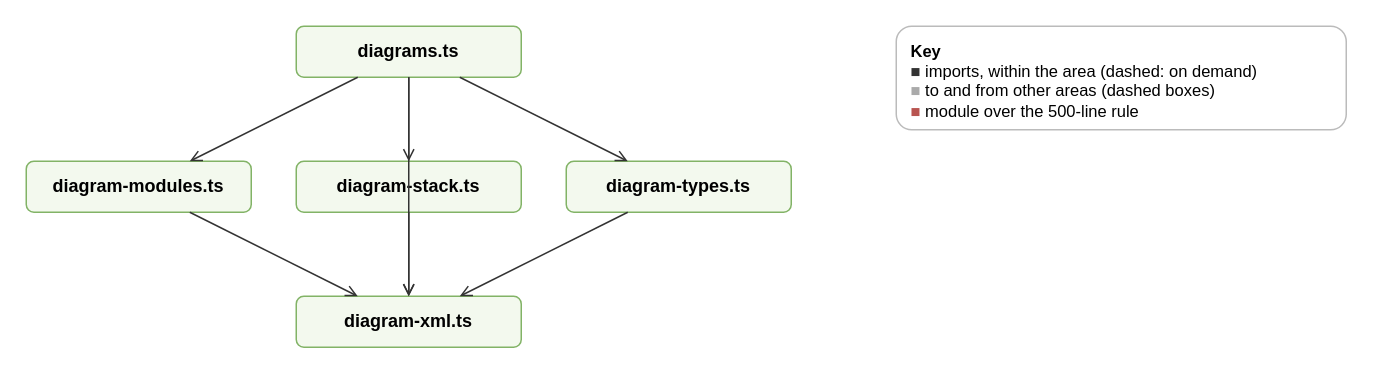
Earlier version of the draw.io diagram page "Server: Diagrams" (3 of 19) of docs/diagrams/modules.drawio (AlexReiner98/archipelago). Source tidied: cells renumbered, new cells numbered last; positions are measured from the earlier drawing's top-left corner, leaving out a move shared by most shapes. Both pictures are drawn from the tidied source at 150%, with x=0, y=0 at pixel (26, 26).
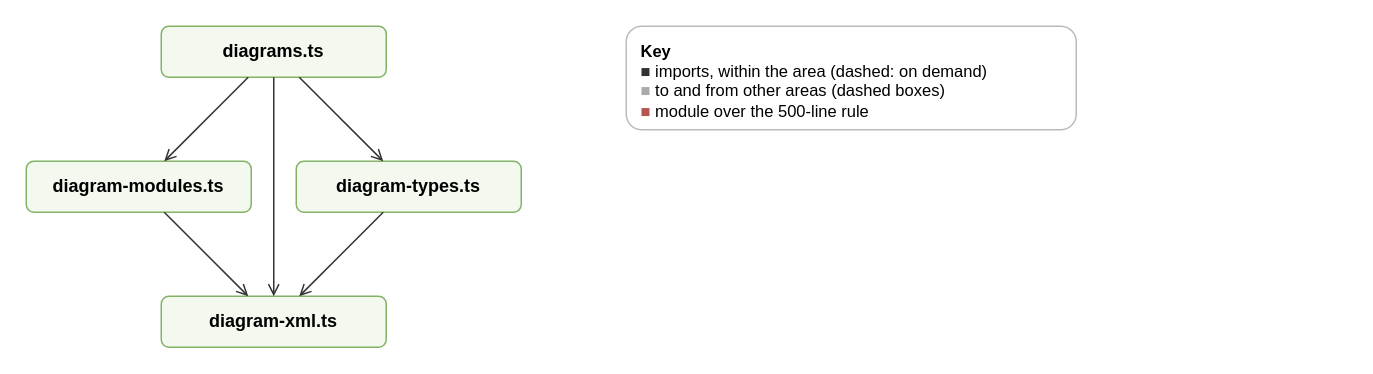
Above is the later version.

Change to the diagram source:
```diff
@@
 <mxGraphModel>
   <root>
     <mxCell id="0" />
     <mxCell id="1" parent="0" />
     <mxCell id="2" value="diagrams.ts" style="rounded=1;html=1;whiteSpace=wrap;fontSize=12;fontStyle=1;fillColor=#f3f9ee;strokeColor=#82b366;" parent="1" vertex="1">
-      <mxGeometry x="180" width="150" height="34" as="geometry" />
+      <mxGeometry x="90" width="150" height="34" as="geometry" />
     </mxCell>
     <mxCell id="3" value="diagram-modules.ts" style="rounded=1;html=1;whiteSpace=wrap;fontSize=12;fontStyle=1;fillColor=#f3f9ee;strokeColor=#82b366;" parent="1" vertex="1">
       <mxGeometry y="90" width="150" height="34" as="geometry" />
     </mxCell>
-    <mxCell id="4" value="diagram-stack.ts" style="rounded=1;html=1;whiteSpace=wrap;fontSize=12;fontStyle=1;fillColor=#f3f9ee;strokeColor=#82b366;" parent="1" vertex="1">
-      <mxGeometry x="180" y="90" width="150" height="34" as="geometry" />
-    </mxCell>
     <mxCell id="5" value="diagram-types.ts" style="rounded=1;html=1;whiteSpace=wrap;fontSize=12;fontStyle=1;fillColor=#f3f9ee;strokeColor=#82b366;" parent="1" vertex="1">
-      <mxGeometry x="360" y="90" width="150" height="34" as="geometry" />
+      <mxGeometry x="180" y="90" width="150" height="34" as="geometry" />
     </mxCell>
     <mxCell id="6" value="diagram-xml.ts" style="rounded=1;html=1;whiteSpace=wrap;fontSize=12;fontStyle=1;fillColor=#f3f9ee;strokeColor=#82b366;" parent="1" vertex="1">
-      <mxGeometry x="180" y="180" width="150" height="34" as="geometry" />
+      <mxGeometry x="90" y="180" width="150" height="34" as="geometry" />
     </mxCell>
     <mxCell id="7" value="&lt;b&gt;Key&lt;/b&gt;&lt;br&gt;&lt;font color=&quot;#333333&quot;&gt;■&lt;/font&gt; imports, within the area (dashed: on demand)&lt;br&gt;&lt;font color=&quot;#aaaaaa&quot;&gt;■&lt;/font&gt; to and from other areas (dashed boxes)&lt;br&gt;&lt;font color=&quot;#b85450&quot;&gt;■&lt;/font&gt; module over the 500-line rule" style="rounded=1;html=1;whiteSpace=wrap;align=left;verticalAlign=top;spacingLeft=8;spacingTop=4;fillColor=#ffffff;strokeColor=#bbbbbb;fontSize=11;" parent="1" vertex="1">
-      <mxGeometry x="580" width="300" height="69" as="geometry" />
+      <mxGeometry x="400" width="300" height="69" as="geometry" />
     </mxCell>
     <mxCell id="8" style="html=1;endArrow=open;strokeColor=#333333;dashed=0;opacity=100;" parent="1" edge="1" source="3" target="6">
       <mxGeometry relative="1" as="geometry" />
     </mxCell>
-    <mxCell id="9" style="html=1;endArrow=open;strokeColor=#333333;dashed=0;opacity=100;" parent="1" edge="1" source="4" target="6">
-      <mxGeometry relative="1" as="geometry" />
-    </mxCell>
     <mxCell id="10" style="html=1;endArrow=open;strokeColor=#333333;dashed=0;opacity=100;" parent="1" edge="1" source="5" target="6">
       <mxGeometry relative="1" as="geometry" />
     </mxCell>
     <mxCell id="11" style="html=1;endArrow=open;strokeColor=#333333;dashed=0;opacity=100;" parent="1" edge="1" source="2" target="3">
       <mxGeometry relative="1" as="geometry" />
     </mxCell>
-    <mxCell id="12" style="html=1;endArrow=open;strokeColor=#333333;dashed=0;opacity=100;" parent="1" edge="1" source="2" target="4">
-      <mxGeometry relative="1" as="geometry" />
-    </mxCell>
     <mxCell id="13" style="html=1;endArrow=open;strokeColor=#333333;dashed=0;opacity=100;" parent="1" edge="1" source="2" target="5">
       <mxGeometry relative="1" as="geometry" />
     </mxCell>
     <mxCell id="14" style="html=1;endArrow=open;strokeColor=#333333;dashed=0;opacity=100;" parent="1" edge="1" source="2" target="6">
       <mxGeometry relative="1" as="geometry" />
     </mxCell>
   </root>
 </mxGraphModel>
```
